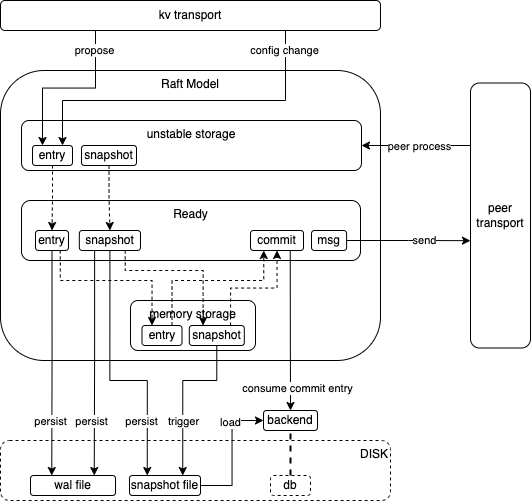
MrDXY/Raft-KV-Example keeps this draw.io diagram as doc/images/architecture.png. Above is the earlier version. Source tidied: cells renumbered, new cells last; positions are measured from the earlier drawing's top-left corner, leaving out a move shared by most shapes. Source of this version:
```xml
<mxGraphModel>
  <root>
    <mxCell id="0" />
    <mxCell id="1" parent="0" />
    <mxCell id="2" value="DISK" style="rounded=1;whiteSpace=wrap;html=1;dashed=1;align=right;verticalAlign=top;" parent="1" vertex="1">
      <mxGeometry y="440" width="390" height="60" as="geometry" />
    </mxCell>
    <mxCell id="3" value="Raft Model" style="rounded=1;whiteSpace=wrap;html=1;verticalAlign=top;" parent="1" vertex="1">
      <mxGeometry y="70" width="380" height="290" as="geometry" />
    </mxCell>
    <mxCell id="4" value="wal file" style="rounded=1;whiteSpace=wrap;html=1;" parent="1" vertex="1">
      <mxGeometry x="30" y="475" width="85" height="20" as="geometry" />
    </mxCell>
    <mxCell id="5" style="edgeStyle=orthogonalEdgeStyle;rounded=0;jettySize=auto;html=1;exitX=1;exitY=0.5;exitDx=0;exitDy=0;entryX=0;entryY=0.5;entryDx=0;entryDy=0;" parent="1" edge="1" source="7" target="10">
      <mxGeometry relative="1" as="geometry" />
    </mxCell>
    <mxCell id="6" value="load" style="edgeLabel;html=1;align=center;verticalAlign=middle;" parent="5" vertex="1">
      <mxGeometry x="-0.49" y="-1" relative="1" as="geometry">
        <mxPoint x="-3" y="-62" as="offset" />
      </mxGeometry>
    </mxCell>
    <mxCell id="7" value="snapshot file" style="rounded=1;whiteSpace=wrap;html=1;" parent="1" vertex="1">
      <mxGeometry x="129" y="475" width="71" height="20" as="geometry" />
    </mxCell>
    <mxCell id="8" value="kv transport" style="rounded=1;whiteSpace=wrap;html=1;" parent="1" vertex="1">
      <mxGeometry width="380" height="30" as="geometry" />
    </mxCell>
    <mxCell id="9" value="peer transport" style="rounded=1;whiteSpace=wrap;html=1;" parent="1" vertex="1">
      <mxGeometry x="470" y="82.5" width="60" height="265" as="geometry" />
    </mxCell>
    <mxCell id="10" value="backend" style="rounded=1;whiteSpace=wrap;html=1;" parent="1" vertex="1">
      <mxGeometry x="263" y="410" width="54" height="20" as="geometry" />
    </mxCell>
    <mxCell id="11" value="db" style="rounded=1;whiteSpace=wrap;html=1;dashed=1;" parent="1" vertex="1">
      <mxGeometry x="270" y="475" width="40" height="20" as="geometry" />
    </mxCell>
    <mxCell id="12" style="group;" parent="1" vertex="1">
      <mxGeometry x="21" y="120" width="340" height="50" as="geometry" />
    </mxCell>
    <mxCell id="13" value="unstable storage" style="rounded=1;whiteSpace=wrap;html=1;verticalAlign=top;" parent="12" vertex="1">
      <mxGeometry width="340" height="50" as="geometry" />
    </mxCell>
    <mxCell id="14" value="entry" style="rounded=1;whiteSpace=wrap;html=1;" parent="12" vertex="1">
      <mxGeometry x="11" y="25" width="40" height="20" as="geometry" />
    </mxCell>
    <mxCell id="15" value="snapshot" style="rounded=1;whiteSpace=wrap;html=1;" parent="12" vertex="1">
      <mxGeometry x="60" y="25" width="55" height="20" as="geometry" />
    </mxCell>
    <mxCell id="16" style="group;" parent="1" vertex="1">
      <mxGeometry x="130" y="300" width="125" height="50" as="geometry" />
    </mxCell>
    <mxCell id="17" value="memory storage" style="rounded=1;whiteSpace=wrap;html=1;verticalAlign=top;" parent="16" vertex="1">
      <mxGeometry width="125" height="50" as="geometry" />
    </mxCell>
    <mxCell id="18" value="entry" style="rounded=1;whiteSpace=wrap;html=1;" parent="16" vertex="1">
      <mxGeometry x="11.5" y="25" width="40" height="20" as="geometry" />
    </mxCell>
    <mxCell id="19" value="snapshot" style="rounded=1;whiteSpace=wrap;html=1;" parent="16" vertex="1">
      <mxGeometry x="58.8" y="25" width="55" height="20" as="geometry" />
    </mxCell>
    <mxCell id="20" style="group;" parent="1" vertex="1">
      <mxGeometry x="21" y="200" width="339" height="60" as="geometry" />
    </mxCell>
    <mxCell id="21" value="Ready" style="rounded=1;whiteSpace=wrap;html=1;verticalAlign=top;" parent="20" vertex="1">
      <mxGeometry width="339" height="60" as="geometry" />
    </mxCell>
    <mxCell id="22" value="entry" style="rounded=1;whiteSpace=wrap;html=1;" parent="20" vertex="1">
      <mxGeometry x="14" y="30" width="33" height="20" as="geometry" />
    </mxCell>
    <mxCell id="23" value="snapshot" style="rounded=1;whiteSpace=wrap;html=1;" parent="20" vertex="1">
      <mxGeometry x="57.8" y="30" width="61.2" height="20" as="geometry" />
    </mxCell>
    <mxCell id="24" value="commit" style="rounded=1;whiteSpace=wrap;html=1;" parent="20" vertex="1">
      <mxGeometry x="229" y="30" width="53" height="20" as="geometry" />
    </mxCell>
    <mxCell id="25" value="msg" style="rounded=1;whiteSpace=wrap;html=1;" parent="20" vertex="1">
      <mxGeometry x="290" y="30" width="35.1" height="20" as="geometry" />
    </mxCell>
    <mxCell id="26" style="edgeStyle=orthogonalEdgeStyle;rounded=0;jettySize=auto;html=1;exitX=0.5;exitY=1;exitDx=0;exitDy=0;entryX=0.5;entryY=0;entryDx=0;entryDy=0;dashed=1;" parent="1" edge="1" source="14" target="22">
      <mxGeometry relative="1" as="geometry" />
    </mxCell>
    <mxCell id="27" style="edgeStyle=orthogonalEdgeStyle;rounded=0;jettySize=auto;html=1;exitX=0.5;exitY=1;exitDx=0;exitDy=0;entryX=0.5;entryY=0;entryDx=0;entryDy=0;dashed=1;" parent="1" edge="1" source="15" target="23">
      <mxGeometry relative="1" as="geometry" />
    </mxCell>
    <mxCell id="28" style="edgeStyle=orthogonalEdgeStyle;rounded=0;jettySize=auto;html=1;exitX=0.75;exitY=0;exitDx=0;exitDy=0;entryX=0.25;entryY=1;entryDx=0;entryDy=0;dashed=1;" parent="1" edge="1" source="18" target="24">
      <mxGeometry relative="1" as="geometry">
        <Array as="points">
          <mxPoint x="172" y="280" />
          <mxPoint x="263" y="280" />
        </Array>
      </mxGeometry>
    </mxCell>
    <mxCell id="29" style="edgeStyle=orthogonalEdgeStyle;rounded=0;jettySize=auto;html=1;exitX=0.75;exitY=1;exitDx=0;exitDy=0;entryX=0.25;entryY=0;entryDx=0;entryDy=0;dashed=1;" parent="1" edge="1" source="22" target="18">
      <mxGeometry relative="1" as="geometry">
        <Array as="points">
          <mxPoint x="60" y="280" />
          <mxPoint x="151" y="280" />
        </Array>
      </mxGeometry>
    </mxCell>
    <mxCell id="30" style="edgeStyle=orthogonalEdgeStyle;rounded=0;jettySize=auto;html=1;exitX=0.75;exitY=1;exitDx=0;exitDy=0;entryX=0.25;entryY=0;entryDx=0;entryDy=0;dashed=1;" parent="1" edge="1" source="23" target="19">
      <mxGeometry relative="1" as="geometry">
        <Array as="points">
          <mxPoint x="125" y="270" />
          <mxPoint x="203" y="270" />
        </Array>
      </mxGeometry>
    </mxCell>
    <mxCell id="31" style="edgeStyle=orthogonalEdgeStyle;rounded=0;jettySize=auto;html=1;exitX=0.75;exitY=1;exitDx=0;exitDy=0;entryX=0.5;entryY=0;entryDx=0;entryDy=0;" parent="1" edge="1" source="24" target="10">
      <mxGeometry relative="1" as="geometry" />
    </mxCell>
    <mxCell id="32" value="consume commit entry" style="edgeLabel;html=1;align=center;verticalAlign=middle;" parent="31" vertex="1">
      <mxGeometry x="0.76" relative="1" as="geometry">
        <mxPoint x="7" y="-3" as="offset" />
      </mxGeometry>
    </mxCell>
    <mxCell id="33" style="edgeStyle=orthogonalEdgeStyle;rounded=0;jettySize=auto;html=1;exitX=0.5;exitY=1;exitDx=0;exitDy=0;entryX=0.25;entryY=0;entryDx=0;entryDy=0;" parent="1" edge="1" source="23" target="7">
      <mxGeometry relative="1" as="geometry">
        <Array as="points">
          <mxPoint x="109" y="380" />
          <mxPoint x="147" y="380" />
        </Array>
      </mxGeometry>
    </mxCell>
    <mxCell id="34" value="persist" style="edgeLabel;html=1;align=center;verticalAlign=middle;" parent="33" vertex="1">
      <mxGeometry x="0.49" y="3" relative="1" as="geometry">
        <mxPoint x="-9" y="13" as="offset" />
      </mxGeometry>
    </mxCell>
    <mxCell id="35" style="edgeStyle=orthogonalEdgeStyle;rounded=0;jettySize=auto;html=1;exitX=0.25;exitY=1;exitDx=0;exitDy=0;entryX=0.75;entryY=0;entryDx=0;entryDy=0;" parent="1" edge="1" source="23" target="4">
      <mxGeometry relative="1" as="geometry" />
    </mxCell>
    <mxCell id="36" value="persist" style="edgeLabel;html=1;align=center;verticalAlign=middle;" parent="35" vertex="1">
      <mxGeometry x="0.67" y="-2" relative="1" as="geometry">
        <mxPoint x="-1" y="-17" as="offset" />
      </mxGeometry>
    </mxCell>
    <mxCell id="37" style="edgeStyle=orthogonalEdgeStyle;rounded=0;jettySize=auto;html=1;exitX=0.5;exitY=1;exitDx=0;exitDy=0;entryX=0.25;entryY=0;entryDx=0;entryDy=0;" parent="1" edge="1" source="22" target="4">
      <mxGeometry relative="1" as="geometry" />
    </mxCell>
    <mxCell id="38" value="persist" style="edgeLabel;html=1;align=center;verticalAlign=middle;" parent="37" vertex="1">
      <mxGeometry x="0.69" y="-2" relative="1" as="geometry">
        <mxPoint y="-20" as="offset" />
      </mxGeometry>
    </mxCell>
    <mxCell id="39" style="edgeStyle=orthogonalEdgeStyle;rounded=0;jettySize=auto;html=1;exitX=0.25;exitY=1;exitDx=0;exitDy=0;entryX=0.25;entryY=0;entryDx=0;entryDy=0;" parent="1" edge="1" source="8" target="14">
      <mxGeometry relative="1" as="geometry" />
    </mxCell>
    <mxCell id="40" value="propose" style="edgeLabel;html=1;align=center;verticalAlign=middle;" parent="39" vertex="1">
      <mxGeometry x="-0.77" y="-1" relative="1" as="geometry" />
    </mxCell>
    <mxCell id="41" style="edgeStyle=orthogonalEdgeStyle;rounded=0;jettySize=auto;html=1;exitX=0.75;exitY=1;exitDx=0;exitDy=0;entryX=0.75;entryY=0;entryDx=0;entryDy=0;" parent="1" edge="1" source="8" target="14">
      <mxGeometry relative="1" as="geometry">
        <Array as="points">
          <mxPoint x="285" y="100" />
          <mxPoint x="62" y="100" />
        </Array>
      </mxGeometry>
    </mxCell>
    <mxCell id="42" value="config change" style="edgeLabel;html=1;align=center;verticalAlign=middle;" parent="41" vertex="1">
      <mxGeometry x="-0.88" y="-1" relative="1" as="geometry" />
    </mxCell>
    <mxCell id="43" style="edgeStyle=orthogonalEdgeStyle;rounded=0;jettySize=auto;html=1;exitX=0.5;exitY=1;exitDx=0;exitDy=0;entryX=0.75;entryY=0;entryDx=0;entryDy=0;" parent="1" edge="1" source="19" target="7">
      <mxGeometry relative="1" as="geometry">
        <Array as="points">
          <mxPoint x="216" y="380" />
          <mxPoint x="182" y="380" />
        </Array>
      </mxGeometry>
    </mxCell>
    <mxCell id="44" value="trigger" style="edgeLabel;html=1;align=center;verticalAlign=middle;" parent="43" vertex="1">
      <mxGeometry x="0.55" relative="1" as="geometry">
        <mxPoint y="-18" as="offset" />
      </mxGeometry>
    </mxCell>
    <mxCell id="45" style="endArrow=none;dashed=1;html=1;strokeWidth=2;rounded=0;entryX=0.5;entryY=1;entryDx=0;entryDy=0;exitX=0.5;exitY=0;exitDx=0;exitDy=0;" parent="1" edge="1" source="11" target="10">
      <mxGeometry relative="1" as="geometry" />
    </mxCell>
    <mxCell id="46" style="edgeStyle=orthogonalEdgeStyle;rounded=0;jettySize=auto;html=1;exitX=1;exitY=0.5;exitDx=0;exitDy=0;entryX=0;entryY=0.595;entryDx=0;entryDy=0;entryPerimeter=0;" parent="1" edge="1" source="25" target="9">
      <mxGeometry relative="1" as="geometry" />
    </mxCell>
    <mxCell id="47" value="send" style="edgeLabel;html=1;align=center;verticalAlign=middle;" parent="46" vertex="1">
      <mxGeometry x="0.24" y="1" relative="1" as="geometry" />
    </mxCell>
    <mxCell id="48" style="edgeStyle=orthogonalEdgeStyle;rounded=0;jettySize=auto;html=1;exitX=0;exitY=0.25;exitDx=0;exitDy=0;entryX=1;entryY=0.5;entryDx=0;entryDy=0;" parent="1" edge="1" source="9" target="13">
      <mxGeometry relative="1" as="geometry">
        <Array as="points">
          <mxPoint x="470" y="145" />
        </Array>
      </mxGeometry>
    </mxCell>
    <mxCell id="49" value="peer process" style="edgeLabel;html=1;align=center;verticalAlign=middle;" parent="48" vertex="1">
      <mxGeometry x="-0.02" y="1" relative="1" as="geometry" />
    </mxCell>
    <mxCell id="50" style="edgeStyle=orthogonalEdgeStyle;rounded=0;jettySize=auto;html=1;exitX=0.75;exitY=0;exitDx=0;exitDy=0;entryX=0.5;entryY=1;entryDx=0;entryDy=0;dashed=1;" parent="1" edge="1" source="19" target="24">
      <mxGeometry relative="1" as="geometry" />
    </mxCell>
  </root>
</mxGraphModel>
```
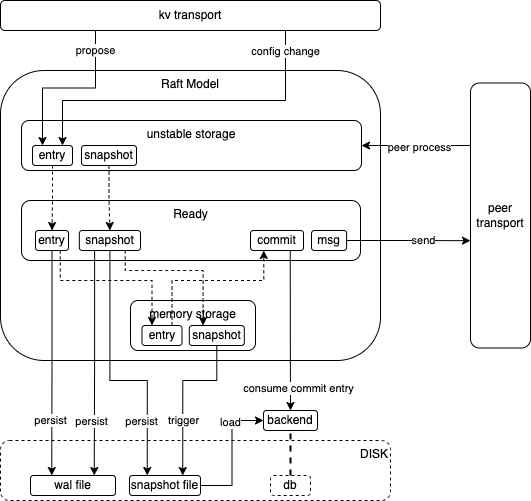
The same diagram one commit later.

Change to the diagram source:
```diff
@@ -192,8 +192,5 @@
     <mxCell id="49" value="peer process" style="edgeLabel;html=1;align=center;verticalAlign=middle;" parent="48" vertex="1">
       <mxGeometry x="-0.02" y="1" relative="1" as="geometry" />
     </mxCell>
-    <mxCell id="50" style="edgeStyle=orthogonalEdgeStyle;rounded=0;jettySize=auto;html=1;exitX=0.75;exitY=0;exitDx=0;exitDy=0;entryX=0.5;entryY=1;entryDx=0;entryDy=0;dashed=1;" parent="1" edge="1" source="19" target="24">
-      <mxGeometry relative="1" as="geometry" />
-    </mxCell>
   </root>
 </mxGraphModel>
```
